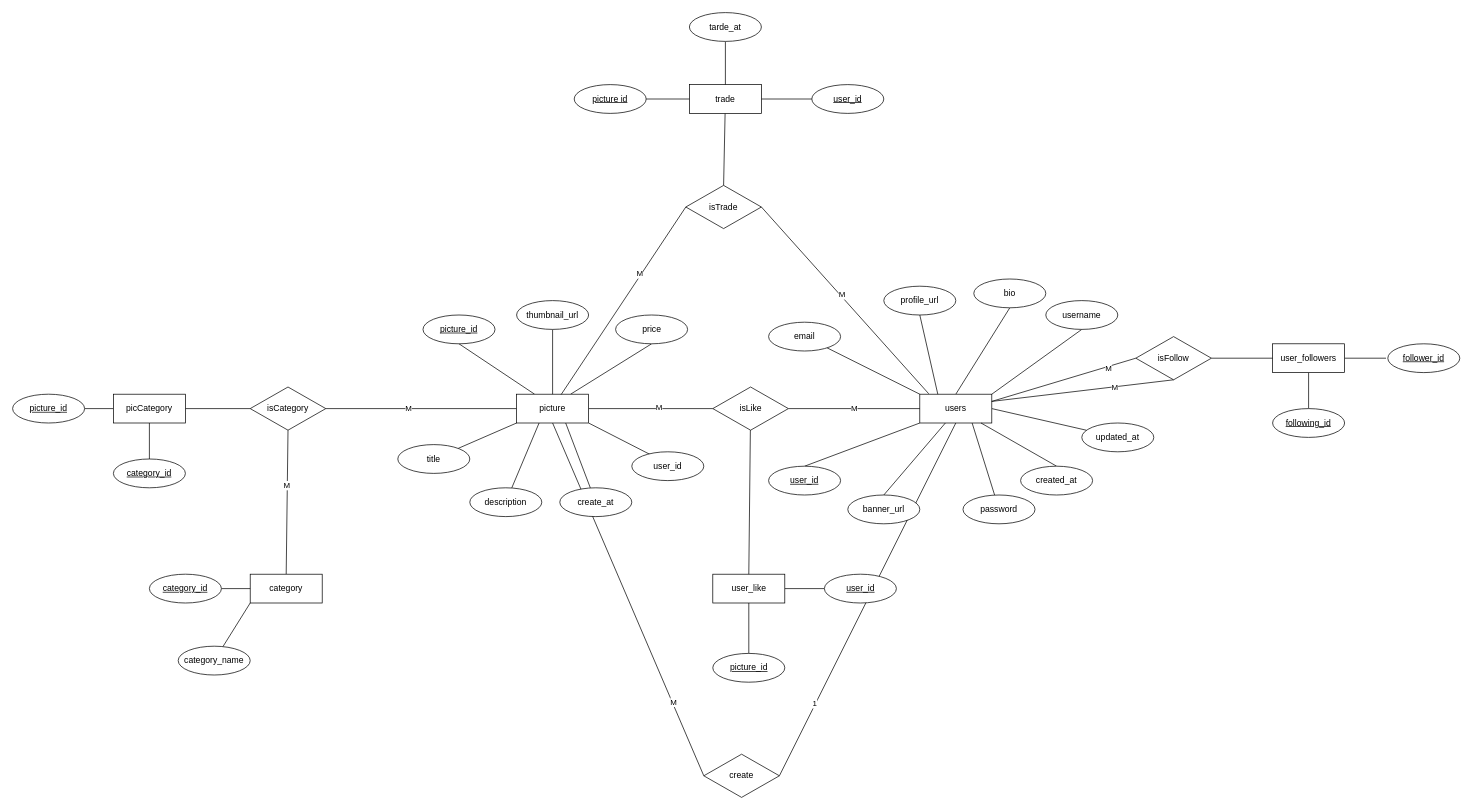
Above: backend/src/draf/er.drawio in CSC105-2024/G03-PhotoTrade (draw.io), before the change. Source tidied: cells renumbered, new cells numbered last; positions are measured from the earlier drawing's top-left corner, leaving out a move shared by most shapes. Both pictures are drawn from the tidied source at 72%, with x=0, y=0 at pixel (12, 12).
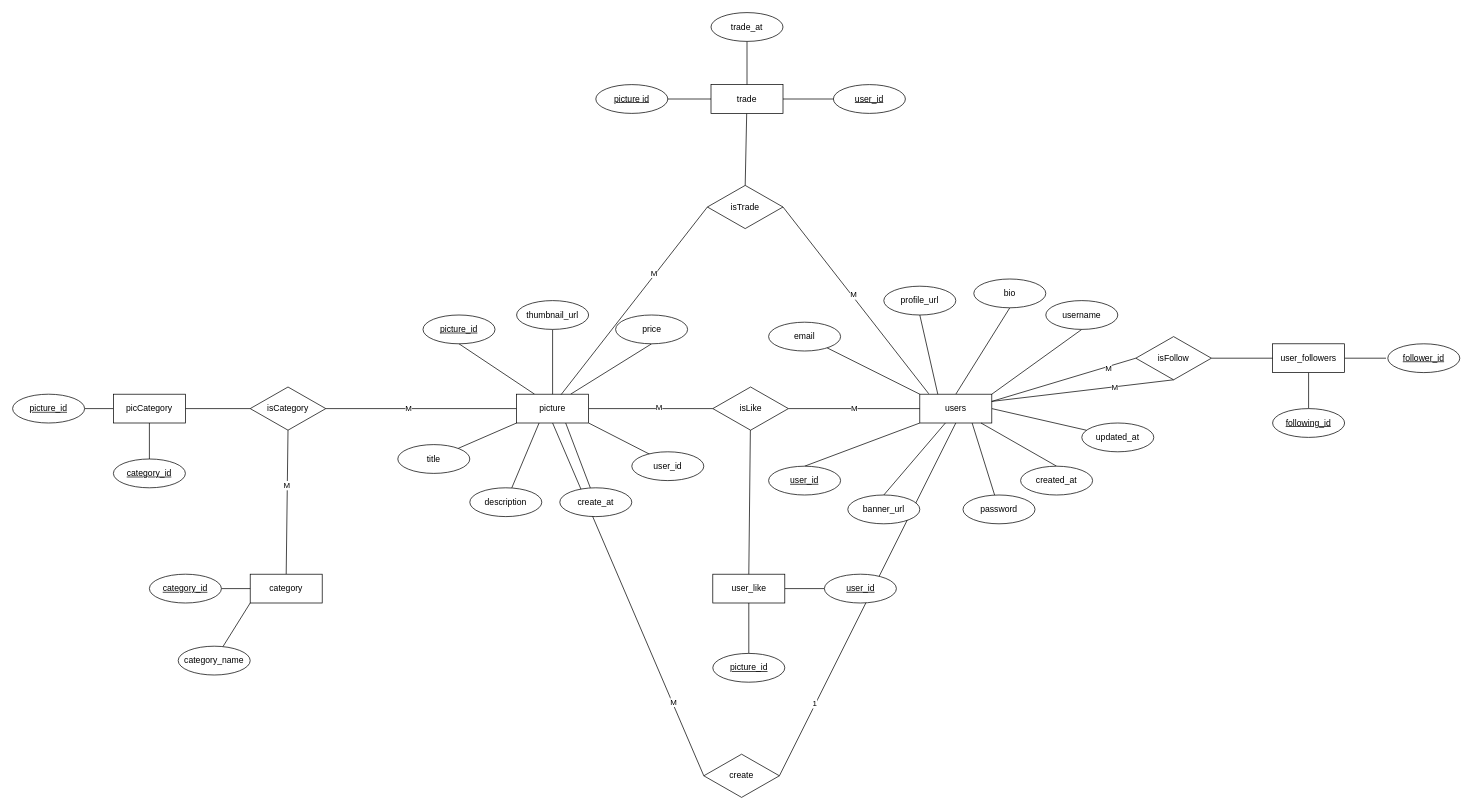
After the change.

Change to the diagram source:
```diff
@@
     <mxCell id="63" value="trade" style="whiteSpace=wrap;html=1;align=center;" parent="1" vertex="1">
-      <mxGeometry x="940" y="100" width="100" height="40" as="geometry" />
+      <mxGeometry x="970" y="100" width="100" height="40" as="geometry" />
     </mxCell>
@@
     <mxCell id="65" value="&lt;u&gt;picture id&lt;/u&gt;" style="ellipse;whiteSpace=wrap;html=1;align=center;" parent="1" vertex="1">
-      <mxGeometry x="780" y="100" width="100" height="40" as="geometry" />
+      <mxGeometry x="810" y="100" width="100" height="40" as="geometry" />
     </mxCell>
@@
-    <mxCell id="67" value="tarde_at" style="ellipse;whiteSpace=wrap;html=1;align=center;" parent="1" vertex="1">
-      <mxGeometry x="940" width="100" height="40" as="geometry" />
+    <mxCell id="67" value="trade_at" style="ellipse;whiteSpace=wrap;html=1;align=center;" parent="1" vertex="1">
+      <mxGeometry x="970" width="100" height="40" as="geometry" />
     </mxCell>
     <mxCell id="68" value="&lt;u&gt;user_id&lt;/u&gt;" style="ellipse;whiteSpace=wrap;html=1;align=center;" parent="1" vertex="1">
-      <mxGeometry x="1110" y="100" width="100" height="40" as="geometry" />
+      <mxGeometry x="1140" y="100" width="100" height="40" as="geometry" />
     </mxCell>
@@
     <mxCell id="79" value="isTrade" style="rhombus;whiteSpace=wrap;html=1;" parent="1" vertex="1">
-      <mxGeometry x="935" y="240" width="105" height="60" as="geometry" />
+      <mxGeometry x="965" y="240" width="105" height="60" as="geometry" />
     </mxCell>
```
